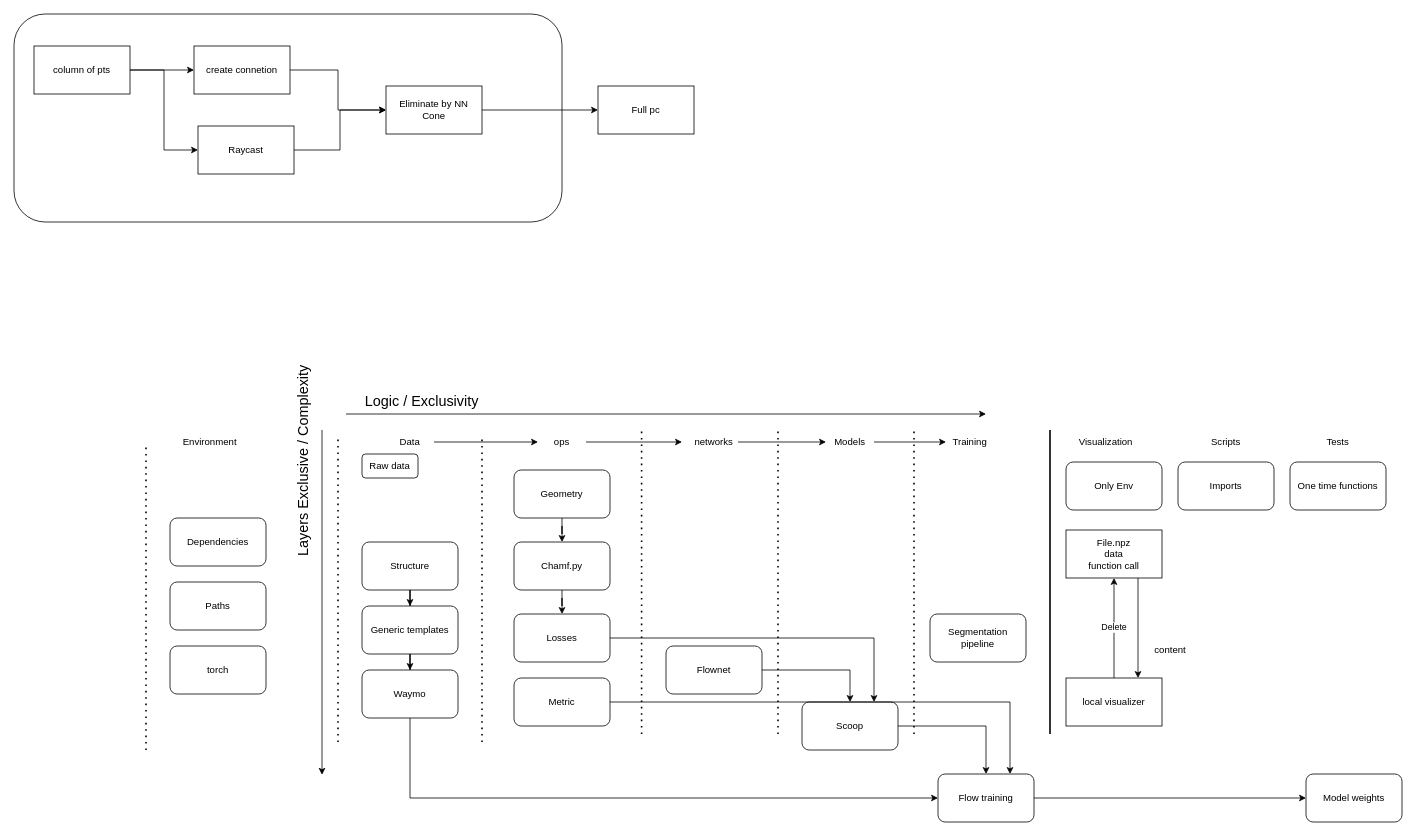
Above: drawio/code.drawio in vacany/sac-flow (draw.io), before the change. Source tidied: cells renumbered, new cells numbered last; positions are measured from the earlier drawing's top-left corner, leaving out a move shared by most shapes. Both pictures are drawn from the tidied source at 80%, with x=0, y=0 at pixel (14, 14).
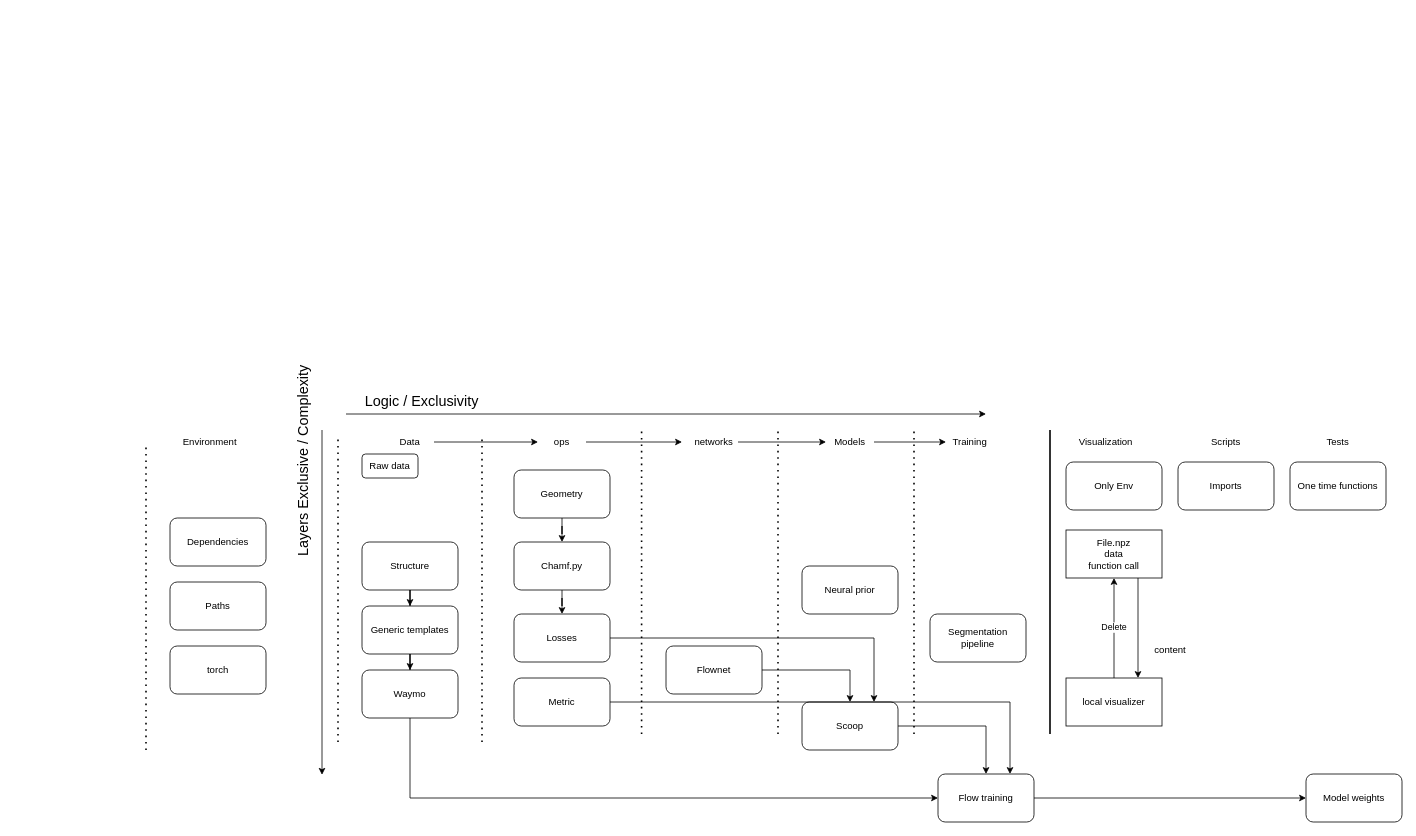
After the change.

Diff of the diagram source:
```diff
@@
-    <mxCell id="2" style="rounded=1;whiteSpace=wrap;html=1;fillColor=none;" parent="1" vertex="1">
-      <mxGeometry width="685" height="260" as="geometry" />
-    </mxCell>
@@
-    <mxCell id="55" style="edgeStyle=orthogonalEdgeStyle;rounded=0;jettySize=auto;html=1;entryX=0;entryY=0.5;entryDx=0;entryDy=0;" parent="1" edge="1" source="56" target="59">
-      <mxGeometry relative="1" as="geometry" />
-    </mxCell>
-    <mxCell id="56" value="create connetion" style="rounded=0;whiteSpace=wrap;html=1;" parent="1" vertex="1">
-      <mxGeometry x="225" y="40" width="120" height="60" as="geometry" />
-    </mxCell>
@@
-    <mxCell id="58" style="edgeStyle=orthogonalEdgeStyle;rounded=0;jettySize=auto;html=1;entryX=0;entryY=0.5;entryDx=0;entryDy=0;" parent="1" edge="1" source="59" target="65">
-      <mxGeometry relative="1" as="geometry" />
-    </mxCell>
-    <mxCell id="59" value="Eliminate by NN Cone" style="rounded=0;whiteSpace=wrap;html=1;" parent="1" vertex="1">
-      <mxGeometry x="465" y="90" width="120" height="60" as="geometry" />
-    </mxCell>
-    <mxCell id="60" style="edgeStyle=orthogonalEdgeStyle;rounded=0;jettySize=auto;html=1;entryX=0;entryY=0.5;entryDx=0;entryDy=0;" parent="1" edge="1" source="61" target="59">
-      <mxGeometry relative="1" as="geometry" />
-    </mxCell>
-    <mxCell id="61" value="Raycast" style="rounded=0;whiteSpace=wrap;html=1;" parent="1" vertex="1">
-      <mxGeometry x="230" y="140" width="120" height="60" as="geometry" />
-    </mxCell>
-    <mxCell id="62" style="edgeStyle=orthogonalEdgeStyle;rounded=0;jettySize=auto;html=1;entryX=0;entryY=0.5;entryDx=0;entryDy=0;" parent="1" edge="1" source="64" target="56">
-      <mxGeometry relative="1" as="geometry" />
-    </mxCell>
-    <mxCell id="63" style="edgeStyle=orthogonalEdgeStyle;rounded=0;jettySize=auto;html=1;entryX=0;entryY=0.5;entryDx=0;entryDy=0;" parent="1" edge="1" source="64" target="61">
-      <mxGeometry relative="1" as="geometry" />
-    </mxCell>
-    <mxCell id="64" value="column of pts" style="rounded=0;whiteSpace=wrap;html=1;" parent="1" vertex="1">
-      <mxGeometry x="25" y="40" width="120" height="60" as="geometry" />
-    </mxCell>
-    <mxCell id="65" value="Full pc" style="rounded=0;whiteSpace=wrap;html=1;" parent="1" vertex="1">
-      <mxGeometry x="730" y="90" width="120" height="60" as="geometry" />
-    </mxCell>
@@
+    <mxCell id="71" value="Neural prior" style="rounded=1;whiteSpace=wrap;html=1;" parent="1" vertex="1">
+      <mxGeometry x="985" y="690" width="120" height="60" as="geometry" />
+    </mxCell>
```
